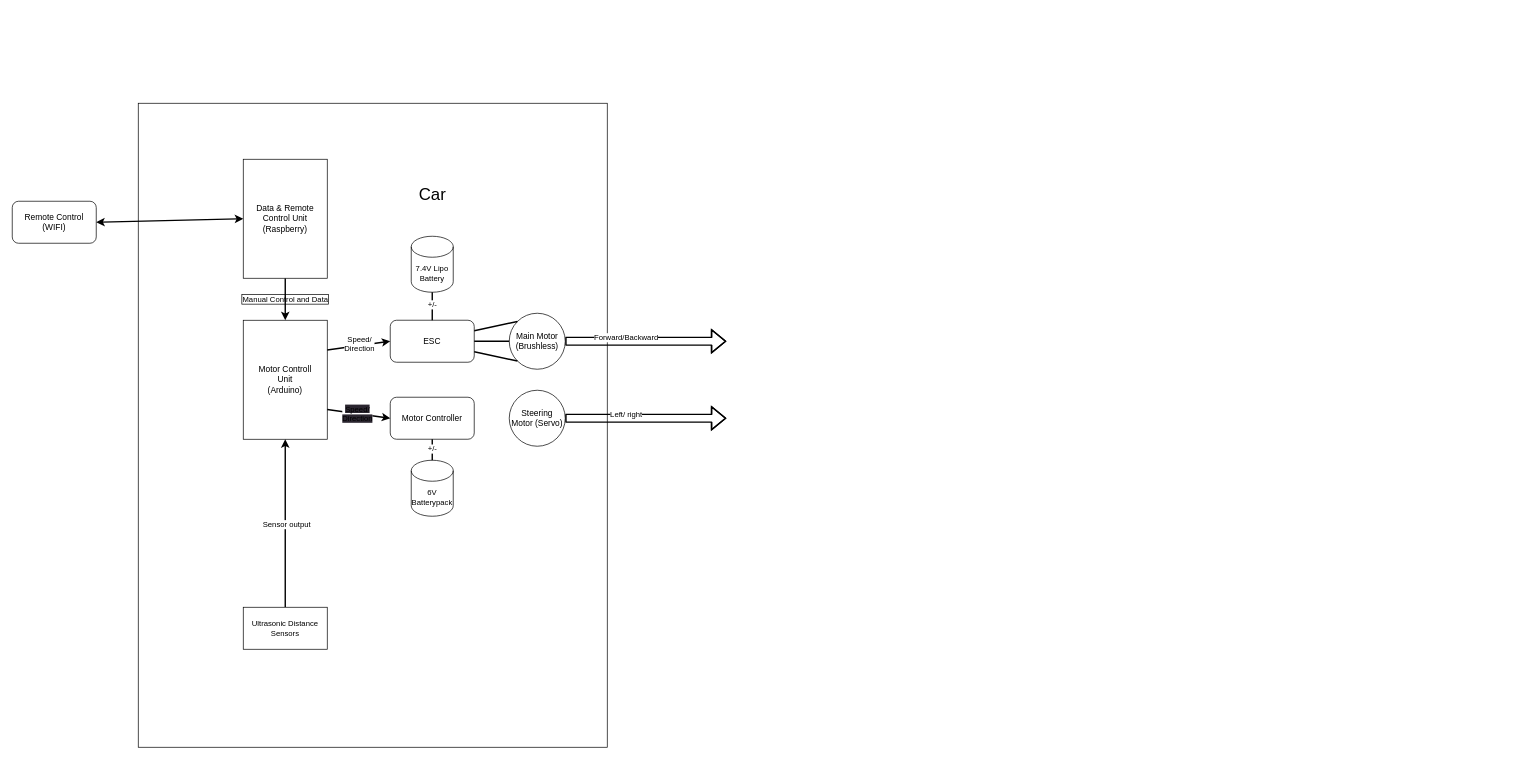
Above: Documentation/schematic.drawio in floktl/Self-Driving-Car-model (draw.io), before the change. Source tidied: cells renumbered, new cells numbered last; positions are measured from the earlier drawing's top-left corner, leaving out a move shared by most shapes. Both pictures are drawn from the tidied source at 70%, with x=0, y=0 at pixel (12, 103).
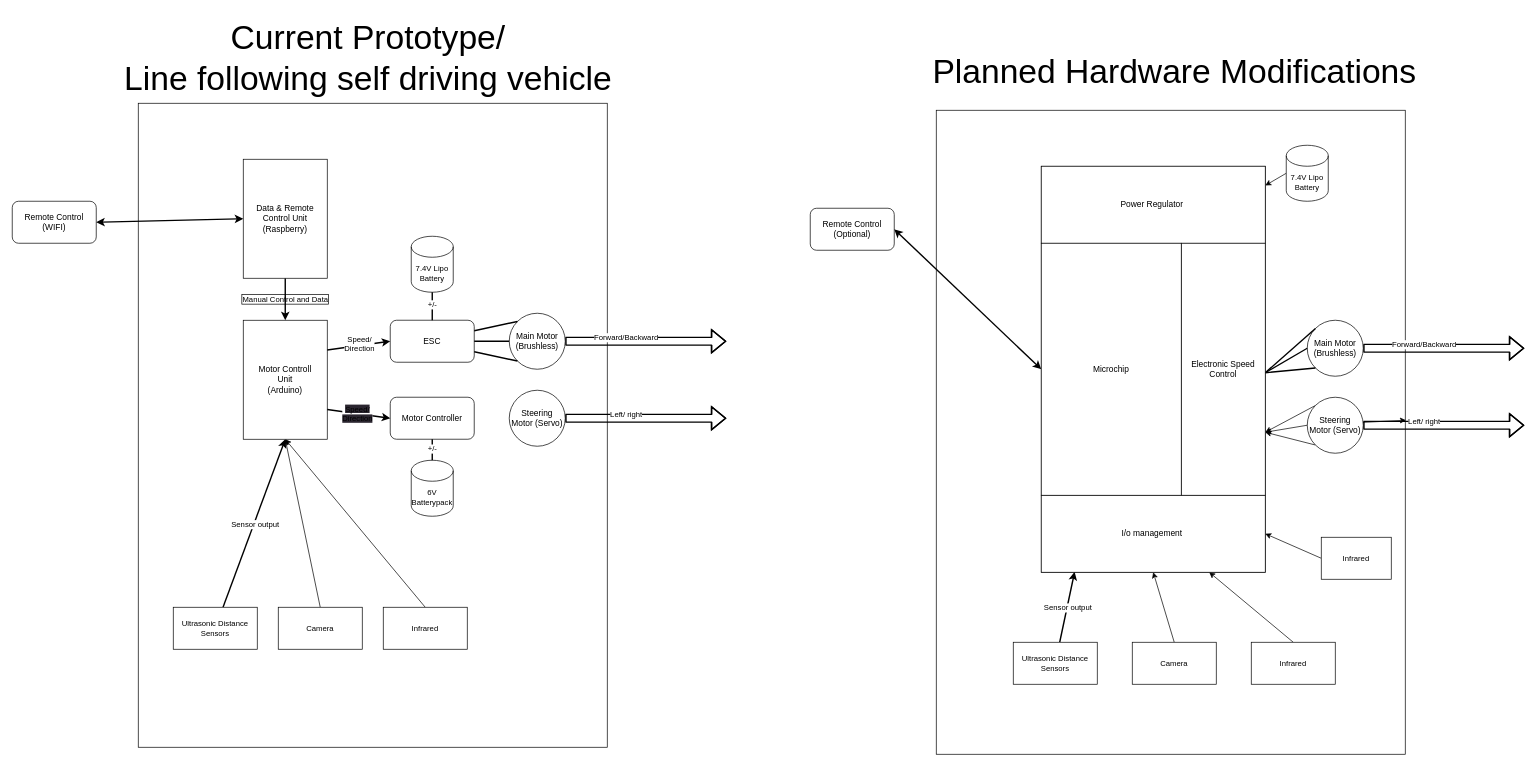
Above is the later version.

Unchanged cells that the change refers to:
```xml
<mxCell id="3" value="Motor Controll&lt;br&gt;Unit&lt;br&gt;(Arduino)" style="rounded=0;whiteSpace=wrap;html=1;" parent="1" vertex="1">
  <mxGeometry x="330" y="310" width="120" height="170" as="geometry" />
</mxCell>
```

Change to the diagram source:
```diff
@@
-    <mxCell id="11" value="&lt;font style=&quot;font-size: 24px;&quot;&gt;Car&lt;/font&gt;" style="text;html=1;align=center;verticalAlign=middle;strokeColor=none;fillColor=none;" parent="1" vertex="1">
-      <mxGeometry x="570" y="110" width="60" height="40" as="geometry" />
-    </mxCell>
@@
     <mxCell id="33" value="Ultrasonic Distance Sensors" style="rounded=0;whiteSpace=wrap;html=1;fontSize=11;" parent="1" vertex="1">
-      <mxGeometry x="330" y="720" width="120" height="60" as="geometry" />
+      <mxGeometry x="230" y="720" width="120" height="60" as="geometry" />
     </mxCell>
@@
+    <mxCell id="35" style="edgeStyle=none;html=1;exitX=0.5;exitY=0;exitDx=0;exitDy=0;entryX=0.5;entryY=1;entryDx=0;entryDy=0;" parent="1" edge="1" source="36" target="3">
+      <mxGeometry relative="1" as="geometry" />
+    </mxCell>
+    <mxCell id="36" value="Camera" style="rounded=0;whiteSpace=wrap;html=1;fontSize=11;" parent="1" vertex="1">
+      <mxGeometry x="380" y="720" width="120" height="60" as="geometry" />
+    </mxCell>
+    <mxCell id="37" style="edgeStyle=none;html=1;exitX=0.5;exitY=0;exitDx=0;exitDy=0;entryX=0.5;entryY=1;entryDx=0;entryDy=0;" parent="1" edge="1" source="38" target="3">
+      <mxGeometry relative="1" as="geometry" />
+    </mxCell>
+    <mxCell id="38" value="Infrared" style="rounded=0;whiteSpace=wrap;html=1;fontSize=11;" parent="1" vertex="1">
+      <mxGeometry x="530" y="720" width="120" height="60" as="geometry" />
+    </mxCell>
+    <mxCell id="39" style="rounded=0;whiteSpace=wrap;perimeterSpacing=1;html=1;" parent="1" vertex="1">
+      <mxGeometry x="1320" y="10" width="670" height="920" as="geometry" />
+    </mxCell>
+    <mxCell id="40" value="Main Motor&lt;br&gt;(Brushless)" style="ellipse;whiteSpace=wrap;html=1;" parent="1" vertex="1">
+      <mxGeometry x="1850" y="310" width="80" height="80" as="geometry" />
+    </mxCell>
+    <mxCell id="41" style="edgeStyle=none;html=1;exitX=0;exitY=0.5;exitDx=0;exitDy=0;" parent="1" edge="1" source="45" target="39">
+      <mxGeometry relative="1" as="geometry" />
+    </mxCell>
+    <mxCell id="42" style="edgeStyle=none;html=1;exitX=0;exitY=0.5;exitDx=0;exitDy=0;entryX=1;entryY=0.75;entryDx=0;entryDy=0;" parent="1" edge="1" source="45" target="69">
+      <mxGeometry relative="1" as="geometry" />
+    </mxCell>
+    <mxCell id="43" style="edgeStyle=none;html=1;exitX=0;exitY=0;exitDx=0;exitDy=0;entryX=1;entryY=0.75;entryDx=0;entryDy=0;" parent="1" edge="1" source="45" target="69">
+      <mxGeometry relative="1" as="geometry" />
+    </mxCell>
+    <mxCell id="44" style="edgeStyle=none;html=1;exitX=0;exitY=1;exitDx=0;exitDy=0;entryX=1;entryY=0.75;entryDx=0;entryDy=0;" parent="1" edge="1" source="45" target="69">
+      <mxGeometry relative="1" as="geometry" />
+    </mxCell>
+    <mxCell id="45" value="Steering Motor (Servo)" style="ellipse;whiteSpace=wrap;html=1;" parent="1" vertex="1">
+      <mxGeometry x="1850" y="420" width="80" height="80" as="geometry" />
+    </mxCell>
+    <mxCell id="46" style="rounded=0;whiteSpace=wrap;html=1;" parent="1" vertex="1">
+      <mxGeometry x="1470" y="90" width="320" height="580" as="geometry" />
+    </mxCell>
+    <mxCell id="47" value="Remote Control&lt;br&gt;(Optional)" style="rounded=1;whiteSpace=wrap;html=1;" parent="1" vertex="1">
+      <mxGeometry x="1140" y="150" width="120" height="60" as="geometry" />
+    </mxCell>
+    <mxCell id="48" style="shape=flexArrow;endArrow=classic;html=1;fontSize=24;exitX=1;exitY=0.5;exitDx=0;exitDy=0;strokeWidth=2;" parent="1" edge="1" source="40">
+      <mxGeometry relative="1" as="geometry">
+        <mxPoint x="2160" y="350" as="targetPoint" />
+        <Array as="points">
+          <mxPoint x="2040" y="350" />
+        </Array>
+      </mxGeometry>
+    </mxCell>
+    <mxCell id="49" style="edgeLabel;html=1;align=center;verticalAlign=middle;fontSize=11;" parent="48" vertex="1">
+      <mxGeometry x="-0.23" y="1" relative="1" as="geometry" />
+    </mxCell>
+    <mxCell id="50" value="Forward/Backward" style="edgeLabel;html=1;align=center;verticalAlign=middle;fontSize=11;" parent="48" vertex="1">
+      <mxGeometry x="-0.25" y="6" relative="1" as="geometry" />
+    </mxCell>
+    <mxCell id="51" style="shape=flexArrow;endArrow=classic;html=1;fontSize=24;exitX=1;exitY=0.5;exitDx=0;exitDy=0;strokeWidth=2;" parent="1" edge="1">
+      <mxGeometry relative="1" as="geometry">
+        <mxPoint x="1930" y="460" as="sourcePoint" />
+        <mxPoint x="2160" y="460" as="targetPoint" />
+        <Array as="points">
+          <mxPoint x="2040" y="460" />
+        </Array>
+      </mxGeometry>
+    </mxCell>
+    <mxCell id="52" style="edgeLabel;html=1;align=center;verticalAlign=middle;fontSize=11;" parent="51" vertex="1">
+      <mxGeometry x="-0.23" y="1" relative="1" as="geometry" />
+    </mxCell>
+    <mxCell id="53" value="Left/ right" style="edgeLabel;html=1;align=center;verticalAlign=middle;fontSize=11;" parent="51" vertex="1">
+      <mxGeometry x="-0.25" y="6" relative="1" as="geometry" />
+    </mxCell>
+    <mxCell id="54" style="endArrow=none;html=1;strokeWidth=2;fontSize=11;entryX=0;entryY=0;entryDx=0;entryDy=0;exitX=1;exitY=0.25;exitDx=0;exitDy=0;spacing=4;labelBorderColor=default;labelBackgroundColor=none;jumpSize=11;" parent="1" edge="1" target="40">
+      <mxGeometry relative="1" as="geometry">
+        <mxPoint x="1790" y="385" as="sourcePoint" />
+      </mxGeometry>
+    </mxCell>
+    <mxCell id="55" style="endArrow=none;html=1;strokeWidth=2;fontSize=11;entryX=0;entryY=0.5;entryDx=0;entryDy=0;exitX=1;exitY=0.25;exitDx=0;exitDy=0;spacing=4;labelBorderColor=default;labelBackgroundColor=none;jumpSize=11;" parent="1" edge="1" target="40">
+      <mxGeometry relative="1" as="geometry">
+        <mxPoint x="1790" y="385" as="sourcePoint" />
+      </mxGeometry>
+    </mxCell>
+    <mxCell id="56" style="endArrow=none;html=1;strokeWidth=2;fontSize=11;entryX=0;entryY=1;entryDx=0;entryDy=0;spacing=4;labelBorderColor=default;labelBackgroundColor=none;jumpSize=11;" parent="1" edge="1" target="40">
+      <mxGeometry relative="1" as="geometry">
+        <mxPoint x="1790" y="385" as="sourcePoint" />
+      </mxGeometry>
+    </mxCell>
+    <mxCell id="57" style="edgeStyle=none;html=1;exitX=0;exitY=0.5;exitDx=0;exitDy=0;exitPerimeter=0;entryX=1;entryY=0.25;entryDx=0;entryDy=0;" parent="1" edge="1" source="58" target="67">
+      <mxGeometry relative="1" as="geometry" />
+    </mxCell>
+    <mxCell id="58" value="7.4V Lipo Battery" style="shape=cylinder3;whiteSpace=wrap;html=1;boundedLbl=1;backgroundOutline=1;size=15;fontSize=11;" parent="1" vertex="1">
+      <mxGeometry x="1820" y="60" width="60" height="80" as="geometry" />
+    </mxCell>
+    <mxCell id="59" style="edgeStyle=none;jumpSize=11;html=1;entryX=0.149;entryY=0.999;entryDx=0;entryDy=0;labelBackgroundColor=none;labelBorderColor=default;strokeWidth=2;fontSize=11;entryPerimeter=0;" parent="1" edge="1" source="61" target="46">
+      <mxGeometry relative="1" as="geometry" />
+    </mxCell>
+    <mxCell id="60" value="Sensor output" style="edgeLabel;html=1;align=center;verticalAlign=middle;fontSize=11;" parent="59" vertex="1">
+      <mxGeometry x="-0.01" y="-1" relative="1" as="geometry" />
+    </mxCell>
+    <mxCell id="61" value="Ultrasonic Distance Sensors" style="rounded=0;whiteSpace=wrap;html=1;fontSize=11;" parent="1" vertex="1">
+      <mxGeometry x="1430" y="770" width="120" height="60" as="geometry" />
+    </mxCell>
+    <mxCell id="62" style="endArrow=classic;startArrow=classic;html=1;labelBackgroundColor=none;labelBorderColor=default;strokeWidth=2;fontSize=11;jumpSize=11;exitX=1;exitY=0.5;exitDx=0;exitDy=0;entryX=0;entryY=0.5;entryDx=0;entryDy=0;" parent="1" edge="1" source="47" target="46">
+      <mxGeometry relative="1" as="geometry" />
+    </mxCell>
+    <mxCell id="63" style="edgeStyle=none;html=1;exitX=0.5;exitY=0;exitDx=0;exitDy=0;entryX=0.5;entryY=1;entryDx=0;entryDy=0;" parent="1" edge="1" source="64" target="46">
+      <mxGeometry relative="1" as="geometry" />
+    </mxCell>
+    <mxCell id="64" value="Camera" style="rounded=0;whiteSpace=wrap;html=1;fontSize=11;" parent="1" vertex="1">
+      <mxGeometry x="1600" y="770" width="120" height="60" as="geometry" />
+    </mxCell>
+    <mxCell id="65" style="edgeStyle=none;html=1;exitX=0.5;exitY=0;exitDx=0;exitDy=0;entryX=0.75;entryY=1;entryDx=0;entryDy=0;" parent="1" edge="1" source="66" target="46">
+      <mxGeometry relative="1" as="geometry" />
+    </mxCell>
+    <mxCell id="66" value="Infrared" style="rounded=0;whiteSpace=wrap;html=1;fontSize=11;" parent="1" vertex="1">
+      <mxGeometry x="1770" y="770" width="120" height="60" as="geometry" />
+    </mxCell>
+    <mxCell id="67" value="Power Regulator&amp;nbsp;" style="rounded=0;whiteSpace=wrap;html=1;" parent="1" vertex="1">
+      <mxGeometry x="1470" y="90" width="320" height="110" as="geometry" />
+    </mxCell>
+    <mxCell id="68" value="I/o management&amp;nbsp;" style="rounded=0;whiteSpace=wrap;html=1;" parent="1" vertex="1">
+      <mxGeometry x="1470" y="560" width="320" height="110" as="geometry" />
+    </mxCell>
+    <mxCell id="69" value="Electronic Speed Control" style="rounded=0;whiteSpace=wrap;html=1;" parent="1" vertex="1">
+      <mxGeometry x="1670" y="200" width="120" height="360" as="geometry" />
+    </mxCell>
+    <mxCell id="70" style="edgeStyle=none;html=1;exitX=0;exitY=0.5;exitDx=0;exitDy=0;entryX=1;entryY=0.5;entryDx=0;entryDy=0;" parent="1" edge="1" source="71" target="68">
+      <mxGeometry relative="1" as="geometry" />
+    </mxCell>
+    <mxCell id="71" value="Infrared" style="rounded=0;whiteSpace=wrap;html=1;fontSize=11;" parent="1" vertex="1">
+      <mxGeometry x="1870" y="620" width="100" height="60" as="geometry" />
+    </mxCell>
+    <mxCell id="72" value="Microchip" style="rounded=0;whiteSpace=wrap;html=1;" parent="1" vertex="1">
+      <mxGeometry x="1470" y="200" width="200" height="360" as="geometry" />
+    </mxCell>
+    <mxCell id="73" value="&lt;font style=&quot;font-size: 48px;&quot;&gt;Current Prototype/&lt;br&gt;Line following self driving vehicle&lt;br&gt;&lt;/font&gt;" style="text;html=1;align=center;verticalAlign=middle;strokeColor=none;fillColor=none;" parent="1" vertex="1">
+      <mxGeometry x="148" y="-130" width="720" height="130" as="geometry" />
+    </mxCell>
+    <mxCell id="74" value="&lt;font style=&quot;font-size: 48px;&quot;&gt;Planned Hardware Modifications&lt;/font&gt;" style="text;html=1;align=center;verticalAlign=middle;strokeColor=none;fillColor=none;" parent="1" vertex="1">
+      <mxGeometry x="1305" y="-80" width="710" height="70" as="geometry" />
+    </mxCell>
```
